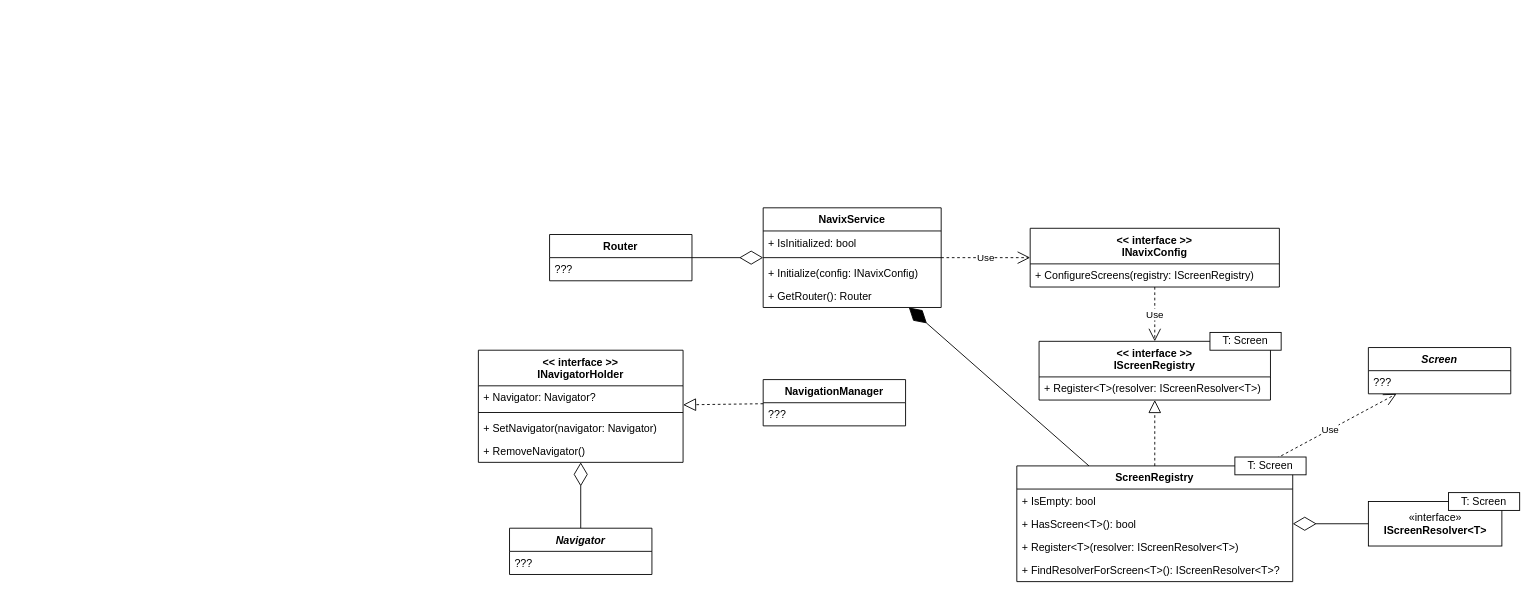
Before: Navix.drawio in SpireX64/Navix, a draw.io diagram. Source tidied: cells renumbered, new cells numbered last; positions are measured from the earlier drawing's top-left corner, leaving out a move shared by most shapes. Both pictures are drawn from the tidied source at 89%, with x=0, y=0 at pixel (478, 207).
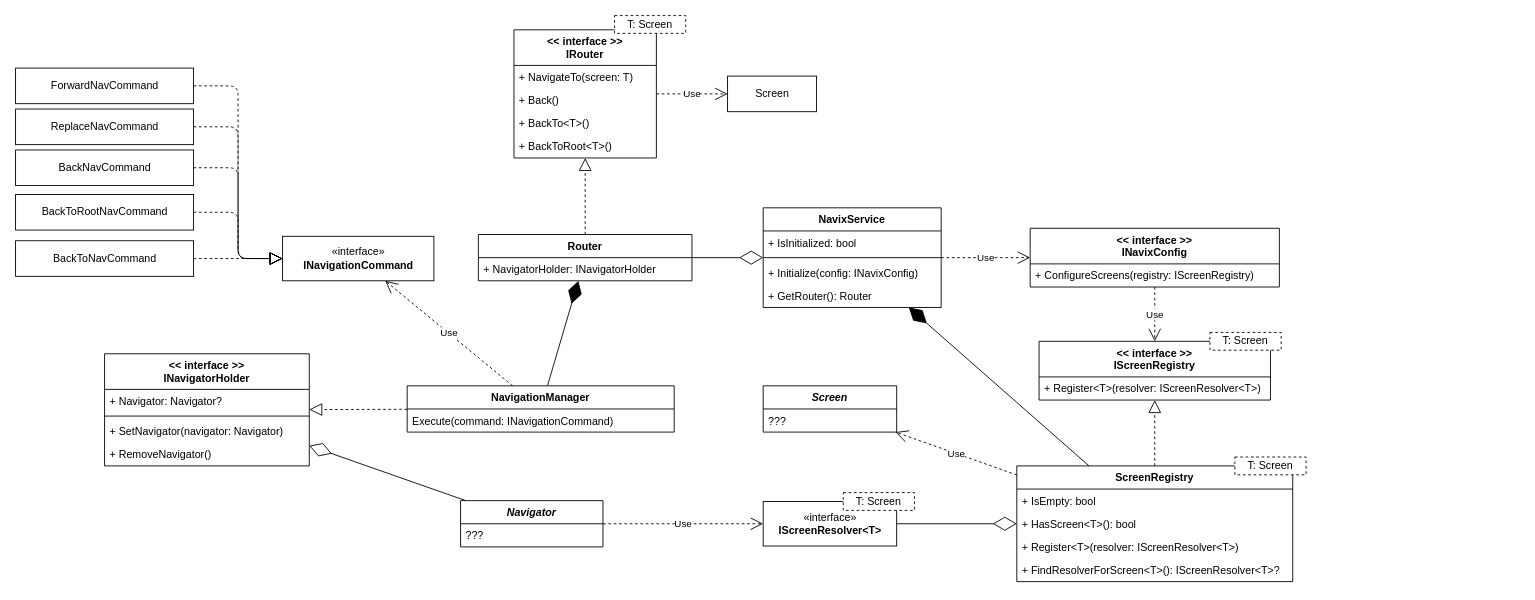
Above is the later version.

Change to the diagram source:
```diff
@@
     <mxCell id="17" value="«interface»&lt;br&gt;&lt;b&gt;IScreenResolver&amp;lt;T&amp;gt;&lt;/b&gt;" style="html=1;" parent="1" vertex="1">
-      <mxGeometry x="1000" y="330" width="150" height="50" as="geometry" />
+      <mxGeometry x="320" y="330" width="150" height="50" as="geometry" />
     </mxCell>
@@
-    <mxCell id="19" value="T: Screen" style="rounded=0;whiteSpace=wrap;html=1;" parent="1" vertex="1">
-      <mxGeometry x="1090" y="320" width="80" height="20" as="geometry" />
+    <mxCell id="19" value="T: Screen" style="rounded=0;whiteSpace=wrap;html=1;dashed=1;" parent="1" vertex="1">
+      <mxGeometry x="410" y="320" width="80" height="20" as="geometry" />
     </mxCell>
     <mxCell id="20" value="Router" style="swimlane;fontStyle=1;align=center;verticalAlign=top;horizontal=1;startSize=26;" parent="1" vertex="1">
-      <mxGeometry x="80" y="30" width="160" height="52" as="geometry" />
+      <mxGeometry y="30" width="240" height="52" as="geometry" />
     </mxCell>
-    <mxCell id="21" value="???" style="text;strokeColor=none;fillColor=none;align=left;verticalAlign=top;spacingLeft=4;spacingRight=4;overflow=hidden;" parent="20" vertex="1">
-      <mxGeometry y="26" width="160" height="26" as="geometry" />
+    <mxCell id="21" value="+ NavigatorHolder: INavigatorHolder" style="text;strokeColor=none;fillColor=none;align=left;verticalAlign=top;spacingLeft=4;spacingRight=4;overflow=hidden;" parent="20" vertex="1">
+      <mxGeometry y="26" width="240" height="26" as="geometry" />
     </mxCell>
@@
-    <mxCell id="26" value="T: Screen" style="rounded=0;whiteSpace=wrap;html=1;" parent="1" vertex="1">
+    <mxCell id="26" value="T: Screen" style="rounded=0;whiteSpace=wrap;html=1;dashed=1;" parent="1" vertex="1">
       <mxGeometry x="822" y="140" width="80" height="20" as="geometry" />
     </mxCell>
-    <mxCell id="27" value="Screen" style="swimlane;fontStyle=3;align=center;verticalAlign=top;horizontal=1;startSize=26;" parent="1" vertex="1">
-      <mxGeometry x="1000" y="157" width="160" height="52" as="geometry" />
-    </mxCell>
-    <mxCell id="28" value="???" style="text;strokeColor=none;fillColor=none;align=left;verticalAlign=top;spacingLeft=4;spacingRight=4;overflow=hidden;" parent="27" vertex="1">
-      <mxGeometry y="26" width="160" height="26" as="geometry" />
-    </mxCell>
@@
-    <mxCell id="30" value="T: Screen" style="rounded=0;whiteSpace=wrap;html=1;" parent="1" vertex="1">
+    <mxCell id="30" value="T: Screen" style="rounded=0;whiteSpace=wrap;html=1;dashed=1;" parent="1" vertex="1">
       <mxGeometry x="850" y="280" width="80" height="20" as="geometry" />
     </mxCell>
@@
+    <mxCell id="42" style="endArrow=block;dashed=1;endFill=0;endSize=12;html=1;" parent="1" edge="1" source="20" target="44">
+      <mxGeometry relative="1" as="geometry" />
+    </mxCell>
+    <mxCell id="43" style="endArrow=diamondThin;endFill=1;endSize=24;html=1;" parent="1" edge="1" source="38" target="20">
+      <mxGeometry relative="1" as="geometry" />
+    </mxCell>
+    <mxCell id="44" value="&lt;&lt; interface &gt;&gt;&#10;IRouter" style="swimlane;fontStyle=1;align=center;verticalAlign=top;horizontal=1;startSize=40;" parent="1" vertex="1">
+      <mxGeometry x="40" y="-200" width="160" height="144" as="geometry" />
+    </mxCell>
+    <mxCell id="45" value="+ NavigateTo(screen: T)" style="text;strokeColor=none;fillColor=none;align=left;verticalAlign=top;spacingLeft=4;spacingRight=4;overflow=hidden;" parent="44" vertex="1">
+      <mxGeometry y="40" width="160" height="26" as="geometry" />
+    </mxCell>
+    <mxCell id="46" value="+ Back()" style="text;strokeColor=none;fillColor=none;align=left;verticalAlign=top;spacingLeft=4;spacingRight=4;overflow=hidden;" parent="44" vertex="1">
+      <mxGeometry y="66" width="160" height="26" as="geometry" />
+    </mxCell>
+    <mxCell id="47" value="+ BackTo&lt;T&gt;()" style="text;strokeColor=none;fillColor=none;align=left;verticalAlign=top;spacingLeft=4;spacingRight=4;overflow=hidden;" parent="44" vertex="1">
+      <mxGeometry y="92" width="160" height="26" as="geometry" />
+    </mxCell>
+    <mxCell id="48" value="+ BackToRoot&lt;T&gt;()" style="text;strokeColor=none;fillColor=none;align=left;verticalAlign=top;spacingLeft=4;spacingRight=4;overflow=hidden;" parent="44" vertex="1">
+      <mxGeometry y="118" width="160" height="26" as="geometry" />
+    </mxCell>
+    <mxCell id="49" value="T: Screen" style="rounded=0;whiteSpace=wrap;html=1;dashed=1;" parent="1" vertex="1">
+      <mxGeometry x="153" y="-216" width="80" height="20" as="geometry" />
+    </mxCell>
+    <mxCell id="50" value="Screen" style="html=1;" parent="1" vertex="1">
+      <mxGeometry x="280" y="-148" width="100" height="40" as="geometry" />
+    </mxCell>
+    <mxCell id="51" value="Use" style="endArrow=open;endSize=12;dashed=1;html=1;" parent="1" edge="1" source="44" target="50">
+      <mxGeometry relative="1" as="geometry" />
+    </mxCell>
+    <mxCell id="52" value="Use" style="endArrow=open;endSize=12;dashed=1;html=1;" parent="1" edge="1" source="40" target="17">
+      <mxGeometry relative="1" as="geometry" />
+    </mxCell>
+    <mxCell id="38" value="NavigationManager" style="swimlane;fontStyle=1;align=center;verticalAlign=top;horizontal=1;startSize=26;" parent="1" vertex="1">
+      <mxGeometry x="-80" y="200" width="300" height="52" as="geometry" />
+    </mxCell>
+    <mxCell id="39" value="Execute(command: INavigationCommand)" style="text;strokeColor=none;fillColor=none;align=left;verticalAlign=top;spacingLeft=4;spacingRight=4;overflow=hidden;" parent="38" vertex="1">
+      <mxGeometry y="26" width="300" height="26" as="geometry" />
+    </mxCell>
+    <mxCell id="53" value="«interface»&lt;br&gt;&lt;b&gt;INavigationCommand&lt;/b&gt;" style="html=1;" parent="1" vertex="1">
+      <mxGeometry x="-220" y="32" width="170" height="50" as="geometry" />
+    </mxCell>
     <mxCell id="33" value="&lt;&lt; interface &gt;&gt;&#10;INavigatorHolder" style="swimlane;fontStyle=1;align=center;verticalAlign=top;horizontal=1;startSize=40;" parent="1" vertex="1">
-      <mxGeometry y="160" width="230" height="126" as="geometry" />
+      <mxGeometry x="-420" y="164" width="230" height="126" as="geometry" />
     </mxCell>
@@
-    <mxCell id="38" value="NavigationManager" style="swimlane;fontStyle=1;align=center;verticalAlign=top;horizontal=1;startSize=26;" parent="1" vertex="1">
-      <mxGeometry x="320" y="193" width="160" height="52" as="geometry" />
-    </mxCell>
-    <mxCell id="39" value="???" style="text;strokeColor=none;fillColor=none;align=left;verticalAlign=top;spacingLeft=4;spacingRight=4;overflow=hidden;" parent="38" vertex="1">
-      <mxGeometry y="26" width="160" height="26" as="geometry" />
-    </mxCell>
+    <mxCell id="54" value="Use" style="endArrow=open;endSize=12;dashed=1;html=1;" parent="1" edge="1" source="38" target="53">
+      <mxGeometry relative="1" as="geometry" />
+    </mxCell>
     <mxCell id="40" value="Navigator" style="swimlane;fontStyle=3;align=center;verticalAlign=top;horizontal=1;startSize=26;" parent="1" vertex="1">
-      <mxGeometry x="35" y="360" width="160" height="52" as="geometry" />
+      <mxGeometry x="-20" y="329" width="160" height="52" as="geometry" />
     </mxCell>
@@
+    <mxCell id="27" value="Screen" style="swimlane;fontStyle=3;align=center;verticalAlign=top;horizontal=1;startSize=26;" parent="1" vertex="1">
+      <mxGeometry x="320" y="200" width="150" height="52" as="geometry" />
+    </mxCell>
+    <mxCell id="28" value="???" style="text;strokeColor=none;fillColor=none;align=left;verticalAlign=top;spacingLeft=4;spacingRight=4;overflow=hidden;" parent="27" vertex="1">
+      <mxGeometry y="26" width="150" height="26" as="geometry" />
+    </mxCell>
+    <mxCell id="55" value="ForwardNavCommand" style="html=1;" parent="1" vertex="1">
+      <mxGeometry x="-520" y="-157" width="200" height="40" as="geometry" />
+    </mxCell>
+    <mxCell id="56" value="BackToRootNavCommand" style="html=1;" parent="1" vertex="1">
+      <mxGeometry x="-520" y="-15" width="200" height="40" as="geometry" />
+    </mxCell>
+    <mxCell id="57" value="BackNavCommand" style="html=1;" parent="1" vertex="1">
+      <mxGeometry x="-520" y="-65" width="200" height="40" as="geometry" />
+    </mxCell>
+    <mxCell id="58" style="endArrow=block;dashed=1;endFill=0;endSize=12;html=1;exitX=1;exitY=0.5;exitDx=0;exitDy=0;edgeStyle=orthogonalEdgeStyle;entryX=0;entryY=0.5;entryDx=0;entryDy=0;" parent="1" edge="1" source="55" target="53">
+      <mxGeometry relative="1" as="geometry" />
+    </mxCell>
+    <mxCell id="59" style="endArrow=block;dashed=1;endFill=0;endSize=12;html=1;exitX=1;exitY=0.5;exitDx=0;exitDy=0;edgeStyle=orthogonalEdgeStyle;entryX=0;entryY=0.5;entryDx=0;entryDy=0;" parent="1" edge="1" source="61" target="53">
+      <mxGeometry relative="1" as="geometry" />
+    </mxCell>
+    <mxCell id="60" style="endArrow=block;dashed=1;endFill=0;endSize=12;html=1;exitX=1;exitY=0.5;exitDx=0;exitDy=0;edgeStyle=orthogonalEdgeStyle;entryX=0;entryY=0.5;entryDx=0;entryDy=0;" parent="1" edge="1" source="57" target="53">
+      <mxGeometry relative="1" as="geometry" />
+    </mxCell>
+    <mxCell id="61" value="ReplaceNavCommand" style="html=1;" parent="1" vertex="1">
+      <mxGeometry x="-520" y="-111" width="200" height="40" as="geometry" />
+    </mxCell>
+    <mxCell id="62" style="endArrow=block;dashed=1;endFill=0;endSize=12;html=1;exitX=1;exitY=0.5;exitDx=0;exitDy=0;edgeStyle=orthogonalEdgeStyle;entryX=0;entryY=0.5;entryDx=0;entryDy=0;" parent="1" edge="1" source="56" target="53">
+      <mxGeometry relative="1" as="geometry" />
+    </mxCell>
+    <mxCell id="63" value="BackToNavCommand" style="html=1;" parent="1" vertex="1">
+      <mxGeometry x="-520" y="37" width="200" height="40" as="geometry" />
+    </mxCell>
+    <mxCell id="64" style="endArrow=block;dashed=1;endFill=0;endSize=12;html=1;exitX=1;exitY=0.5;exitDx=0;exitDy=0;edgeStyle=orthogonalEdgeStyle;entryX=0;entryY=0.5;entryDx=0;entryDy=0;" parent="1" edge="1" source="63" target="53">
+      <mxGeometry relative="1" as="geometry" />
+    </mxCell>
```
